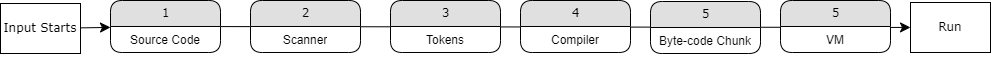
Earlier version of the draw.io export assets/rox_flow.png (Kangaxx-0/rox). Source tidied: cells renumbered, new cells last; positions are measured from the earlier drawing's top-left corner, leaving out a move shared by most shapes. Source of this version:
```xml
<mxGraphModel>
  <root>
    <mxCell id="0" />
    <mxCell id="1" parent="0" />
    <mxCell id="2" value="Run" style="whiteSpace=wrap;html=1;rounded=0;shadow=0;comic=0;labelBackgroundColor=none;strokeWidth=1;fontFamily=Verdana;fontSize=12;align=center;" parent="1" vertex="1">
      <mxGeometry x="910" y="2" width="80" height="50" as="geometry" />
    </mxCell>
    <mxCell id="3" style="edgeStyle=none;html=1;labelBackgroundColor=none;startFill=0;startSize=8;endFill=1;endSize=8;fontFamily=Verdana;fontSize=12;" parent="1" edge="1" source="4" target="6">
      <mxGeometry relative="1" as="geometry" />
    </mxCell>
    <mxCell id="4" value="Input Starts" style="whiteSpace=wrap;html=1;rounded=0;shadow=0;comic=0;labelBackgroundColor=none;strokeWidth=1;fontFamily=Verdana;fontSize=12;align=center;" parent="1" vertex="1">
      <mxGeometry y="3" width="80" height="50" as="geometry" />
    </mxCell>
    <mxCell id="5" style="edgeStyle=none;html=1;labelBackgroundColor=none;startFill=0;startSize=8;endFill=1;endSize=8;fontFamily=Verdana;fontSize=12;" parent="1" edge="1" source="6" target="2">
      <mxGeometry relative="1" as="geometry" />
    </mxCell>
    <mxCell id="6" value="1" style="swimlane;html=1;fontStyle=0;horizontal=1;startSize=26;fillColor=#e0e0e0;swimlaneFillColor=#ffffff;align=center;rounded=1;shadow=0;comic=0;labelBackgroundColor=none;strokeWidth=1;fontFamily=Verdana;fontSize=12;" parent="1" vertex="1">
      <mxGeometry x="110" width="110" height="52" as="geometry" />
    </mxCell>
    <mxCell id="7" value="Source Code" style="text;html=1;strokeColor=none;fillColor=none;spacingLeft=4;spacingRight=4;whiteSpace=wrap;overflow=hidden;align=center;" parent="6" vertex="1">
      <mxGeometry y="26" width="110" height="26" as="geometry" />
    </mxCell>
    <mxCell id="8" value="2" style="swimlane;html=1;fontStyle=0;horizontal=1;startSize=26;fillColor=#e0e0e0;swimlaneFillColor=#ffffff;align=center;rounded=1;shadow=0;comic=0;labelBackgroundColor=none;strokeWidth=1;fontFamily=Verdana;fontSize=12;" parent="1" vertex="1">
      <mxGeometry x="250" width="110" height="52" as="geometry" />
    </mxCell>
    <mxCell id="9" value="Scanner" style="text;html=1;strokeColor=none;fillColor=none;spacingLeft=4;spacingRight=4;whiteSpace=wrap;overflow=hidden;align=center;" parent="8" vertex="1">
      <mxGeometry y="26" width="110" height="26" as="geometry" />
    </mxCell>
    <mxCell id="10" value="3" style="swimlane;html=1;fontStyle=0;horizontal=1;startSize=26;fillColor=#e0e0e0;swimlaneFillColor=#ffffff;align=center;rounded=1;shadow=0;comic=0;labelBackgroundColor=none;strokeWidth=1;fontFamily=Verdana;fontSize=12;" parent="1" vertex="1">
      <mxGeometry x="390" width="110" height="52" as="geometry" />
    </mxCell>
    <mxCell id="11" value="Tokens" style="text;html=1;strokeColor=none;fillColor=none;spacingLeft=4;spacingRight=4;whiteSpace=wrap;overflow=hidden;align=center;" parent="10" vertex="1">
      <mxGeometry y="26" width="110" height="26" as="geometry" />
    </mxCell>
    <mxCell id="12" value="4" style="swimlane;html=1;fontStyle=0;horizontal=1;startSize=26;fillColor=#e0e0e0;swimlaneFillColor=#ffffff;align=center;rounded=1;shadow=0;comic=0;labelBackgroundColor=none;strokeWidth=1;fontFamily=Verdana;fontSize=12;" parent="1" vertex="1">
      <mxGeometry x="520" width="110" height="52" as="geometry" />
    </mxCell>
    <mxCell id="13" value="Compiler" style="text;html=1;strokeColor=none;fillColor=none;spacingLeft=4;spacingRight=4;whiteSpace=wrap;overflow=hidden;align=center;" parent="12" vertex="1">
      <mxGeometry y="26" width="110" height="26" as="geometry" />
    </mxCell>
    <mxCell id="14" value="5" style="swimlane;html=1;fontStyle=0;horizontal=1;startSize=26;fillColor=#e0e0e0;swimlaneFillColor=#ffffff;align=center;rounded=1;shadow=0;comic=0;labelBackgroundColor=none;strokeWidth=1;fontFamily=Verdana;fontSize=12;" parent="1" vertex="1">
      <mxGeometry x="650" y="1" width="110" height="52" as="geometry" />
    </mxCell>
    <mxCell id="15" value="Byte-code Chunk" style="text;html=1;strokeColor=none;fillColor=none;spacingLeft=4;spacingRight=4;whiteSpace=wrap;overflow=hidden;align=center;" parent="14" vertex="1">
      <mxGeometry y="26" width="110" height="26" as="geometry" />
    </mxCell>
    <mxCell id="16" value="5" style="swimlane;html=1;fontStyle=0;horizontal=1;startSize=26;fillColor=#e0e0e0;swimlaneFillColor=#ffffff;align=center;rounded=1;shadow=0;comic=0;labelBackgroundColor=none;strokeWidth=1;fontFamily=Verdana;fontSize=12;" parent="1" vertex="1">
      <mxGeometry x="780" width="110" height="52" as="geometry" />
    </mxCell>
    <mxCell id="17" value="VM" style="text;html=1;strokeColor=none;fillColor=none;spacingLeft=4;spacingRight=4;whiteSpace=wrap;overflow=hidden;align=center;" parent="16" vertex="1">
      <mxGeometry y="26" width="110" height="26" as="geometry" />
    </mxCell>
  </root>
</mxGraphModel>
```
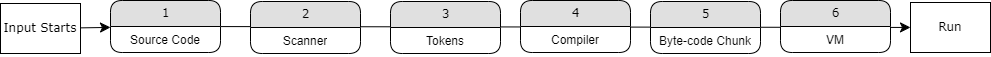
After the change.

Commit message:
Update rox flow png

The edit, as a diff of the source:
```diff
@@ -21,13 +21,13 @@
       <mxGeometry y="26" width="110" height="26" as="geometry" />
     </mxCell>
     <mxCell id="8" value="2" style="swimlane;html=1;fontStyle=0;horizontal=1;startSize=26;fillColor=#e0e0e0;swimlaneFillColor=#ffffff;align=center;rounded=1;shadow=0;comic=0;labelBackgroundColor=none;strokeWidth=1;fontFamily=Verdana;fontSize=12;" parent="1" vertex="1">
-      <mxGeometry x="250" width="110" height="52" as="geometry" />
+      <mxGeometry x="250" y="1" width="110" height="52" as="geometry" />
     </mxCell>
     <mxCell id="9" value="Scanner" style="text;html=1;strokeColor=none;fillColor=none;spacingLeft=4;spacingRight=4;whiteSpace=wrap;overflow=hidden;align=center;" parent="8" vertex="1">
       <mxGeometry y="26" width="110" height="26" as="geometry" />
     </mxCell>
     <mxCell id="10" value="3" style="swimlane;html=1;fontStyle=0;horizontal=1;startSize=26;fillColor=#e0e0e0;swimlaneFillColor=#ffffff;align=center;rounded=1;shadow=0;comic=0;labelBackgroundColor=none;strokeWidth=1;fontFamily=Verdana;fontSize=12;" parent="1" vertex="1">
-      <mxGeometry x="390" width="110" height="52" as="geometry" />
+      <mxGeometry x="390" y="1" width="110" height="52" as="geometry" />
     </mxCell>
     <mxCell id="11" value="Tokens" style="text;html=1;strokeColor=none;fillColor=none;spacingLeft=4;spacingRight=4;whiteSpace=wrap;overflow=hidden;align=center;" parent="10" vertex="1">
       <mxGeometry y="26" width="110" height="26" as="geometry" />
@@ -44,7 +44,7 @@
     <mxCell id="15" value="Byte-code Chunk" style="text;html=1;strokeColor=none;fillColor=none;spacingLeft=4;spacingRight=4;whiteSpace=wrap;overflow=hidden;align=center;" parent="14" vertex="1">
       <mxGeometry y="26" width="110" height="26" as="geometry" />
     </mxCell>
-    <mxCell id="16" value="5" style="swimlane;html=1;fontStyle=0;horizontal=1;startSize=26;fillColor=#e0e0e0;swimlaneFillColor=#ffffff;align=center;rounded=1;shadow=0;comic=0;labelBackgroundColor=none;strokeWidth=1;fontFamily=Verdana;fontSize=12;" parent="1" vertex="1">
+    <mxCell id="16" value="6" style="swimlane;html=1;fontStyle=0;horizontal=1;startSize=26;fillColor=#e0e0e0;swimlaneFillColor=#ffffff;align=center;rounded=1;shadow=0;comic=0;labelBackgroundColor=none;strokeWidth=1;fontFamily=Verdana;fontSize=12;" parent="1" vertex="1">
       <mxGeometry x="780" width="110" height="52" as="geometry" />
     </mxCell>
     <mxCell id="17" value="VM" style="text;html=1;strokeColor=none;fillColor=none;spacingLeft=4;spacingRight=4;whiteSpace=wrap;overflow=hidden;align=center;" parent="16" vertex="1">
```
